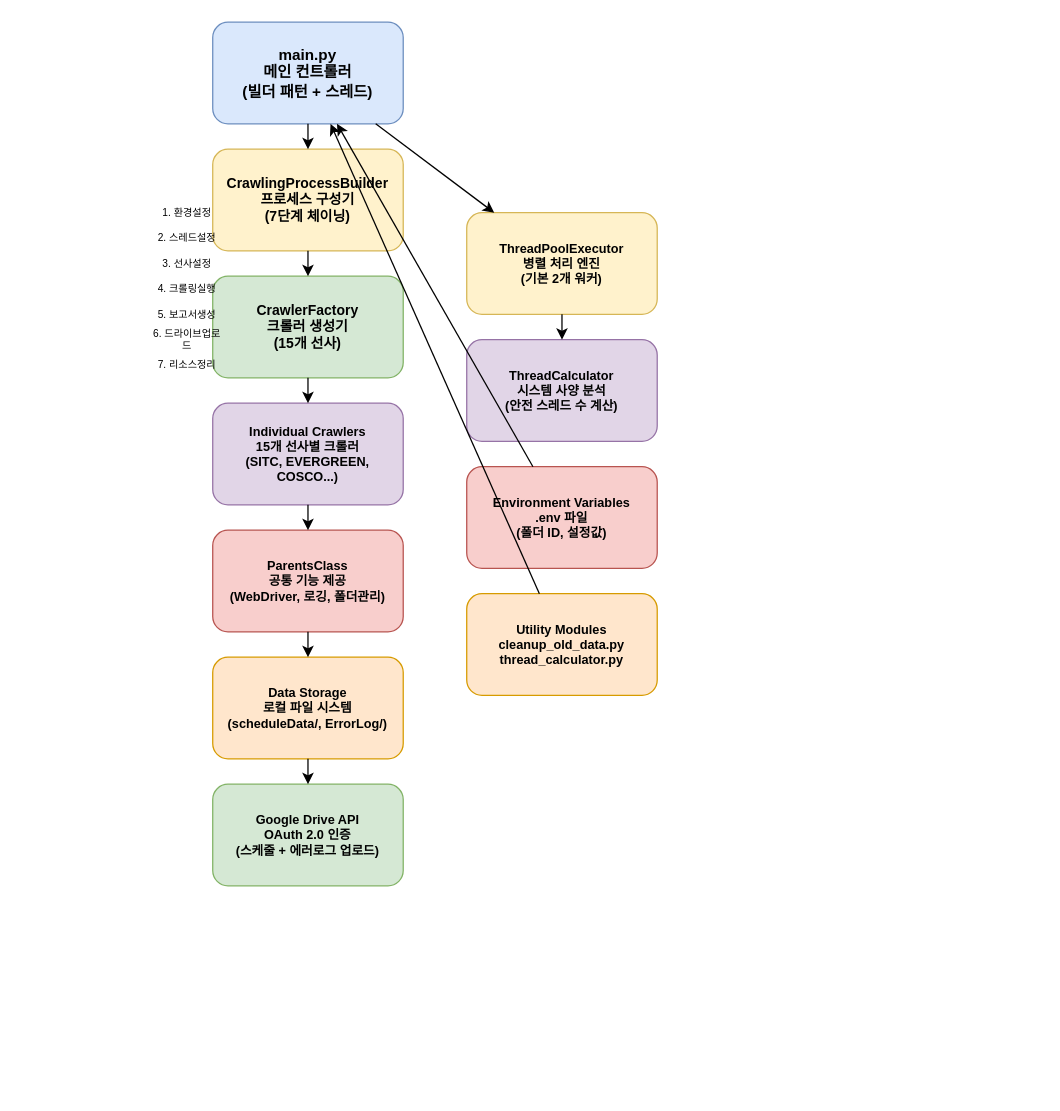
The draw.io diagram totalSystem.drawio in Binkoon/RPA_Crawling, before the edit. Source tidied: cells renumbered, new cells numbered last; positions are measured from the earlier drawing's top-left corner, leaving out a move shared by most shapes. Both pictures are drawn from the tidied source at 127%, with x=0, y=0 at pixel (149, 22).
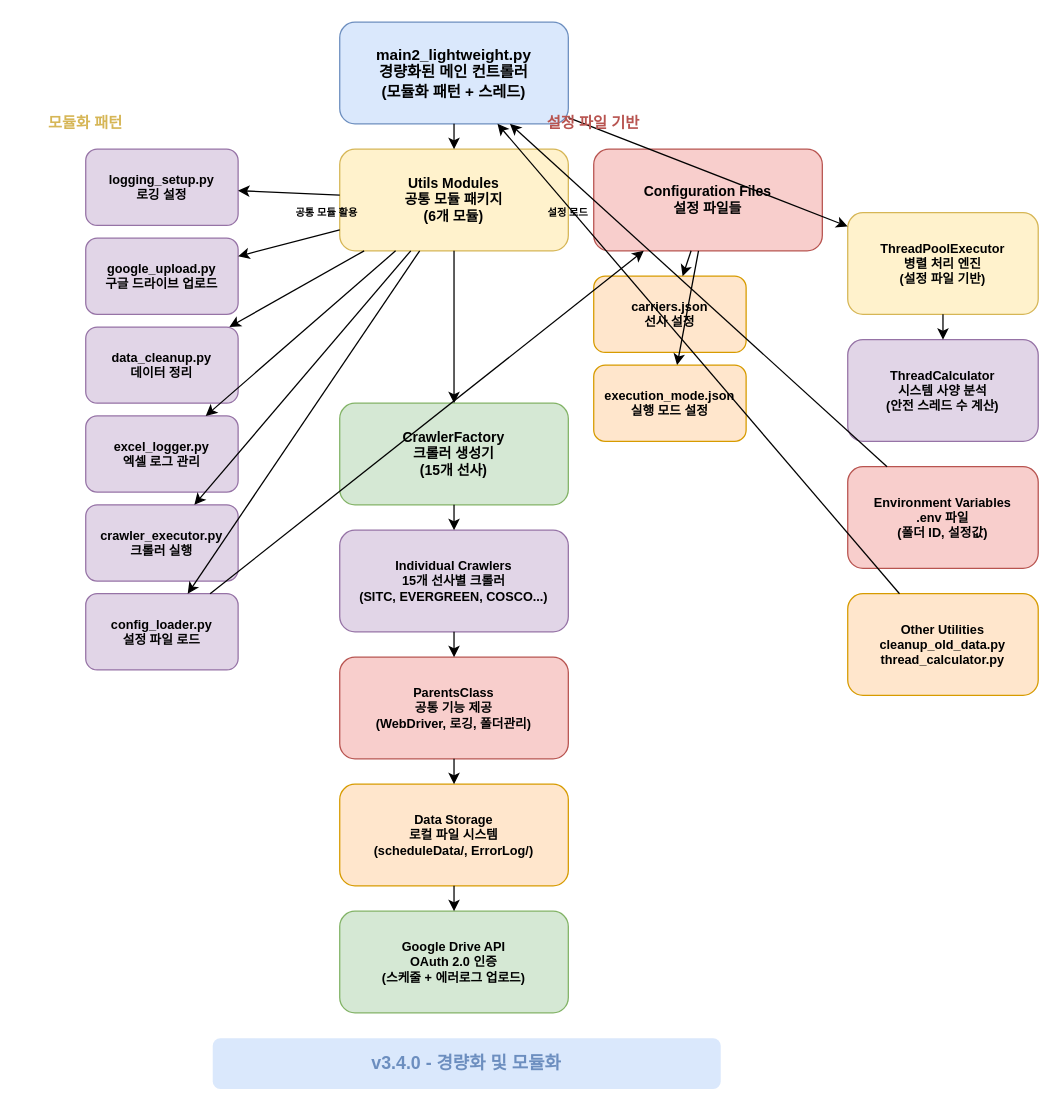
After the change.

Diff of the diagram source:
```diff
@@
-    <mxCell id="2" value="main.py&#10;메인 컨트롤러&#10;(빌더 패턴 + 스레드)" style="rounded=1;whiteSpace=wrap;html=1;fillColor=#dae8fc;strokeColor=#6c8ebf;fontSize=12;fontStyle=1;" parent="1" vertex="1">
-      <mxGeometry x="50" width="150" height="80" as="geometry" />
+    <mxCell id="2" value="main2_lightweight.py&#10;경량화된 메인 컨트롤러&#10;(모듈화 패턴 + 스레드)" style="rounded=1;whiteSpace=wrap;html=1;fillColor=#dae8fc;strokeColor=#6c8ebf;fontSize=12;fontStyle=1;" parent="1" vertex="1">
+      <mxGeometry x="150" width="180" height="80" as="geometry" />
     </mxCell>
-    <mxCell id="3" value="CrawlingProcessBuilder&#10;프로세스 구성기&#10;(7단계 체이닝)" style="rounded=1;whiteSpace=wrap;html=1;fillColor=#fff2cc;strokeColor=#d6b656;fontSize=11;fontStyle=1;" parent="1" vertex="1">
-      <mxGeometry x="50" y="100" width="150" height="80" as="geometry" />
-    </mxCell>
+    <mxCell id="12" value="Utils Modules&#10;공통 모듈 패키지&#10;(6개 모듈)" style="rounded=1;whiteSpace=wrap;html=1;fillColor=#fff2cc;strokeColor=#d6b656;fontSize=11;fontStyle=1;" parent="1" vertex="1">
+      <mxGeometry x="150" y="100" width="180" height="80" as="geometry" />
+    </mxCell>
+    <mxCell id="30" value="logging_setup.py&#10;로깅 설정" style="rounded=1;whiteSpace=wrap;html=1;fillColor=#e1d5e7;strokeColor=#9673a6;fontSize=10;fontStyle=1;" parent="1" vertex="1">
+      <mxGeometry x="-50" y="100" width="120" height="60" as="geometry" />
+    </mxCell>
+    <mxCell id="31" value="google_upload.py&#10;구글 드라이브 업로드" style="rounded=1;whiteSpace=wrap;html=1;fillColor=#e1d5e7;strokeColor=#9673a6;fontSize=10;fontStyle=1;" parent="1" vertex="1">
+      <mxGeometry x="-50" y="170" width="120" height="60" as="geometry" />
+    </mxCell>
+    <mxCell id="32" value="data_cleanup.py&#10;데이터 정리" style="rounded=1;whiteSpace=wrap;html=1;fillColor=#e1d5e7;strokeColor=#9673a6;fontSize=10;fontStyle=1;" parent="1" vertex="1">
+      <mxGeometry x="-50" y="240" width="120" height="60" as="geometry" />
+    </mxCell>
+    <mxCell id="33" value="excel_logger.py&#10;엑셀 로그 관리" style="rounded=1;whiteSpace=wrap;html=1;fillColor=#e1d5e7;strokeColor=#9673a6;fontSize=10;fontStyle=1;" parent="1" vertex="1">
+      <mxGeometry x="-50" y="310" width="120" height="60" as="geometry" />
+    </mxCell>
+    <mxCell id="34" value="crawler_executor.py&#10;크롤러 실행" style="rounded=1;whiteSpace=wrap;html=1;fillColor=#e1d5e7;strokeColor=#9673a6;fontSize=10;fontStyle=1;" parent="1" vertex="1">
+      <mxGeometry x="-50" y="380" width="120" height="60" as="geometry" />
+    </mxCell>
+    <mxCell id="35" value="config_loader.py&#10;설정 파일 로드" style="rounded=1;whiteSpace=wrap;html=1;fillColor=#e1d5e7;strokeColor=#9673a6;fontSize=10;fontStyle=1;" parent="1" vertex="1">
+      <mxGeometry x="-50" y="450" width="120" height="60" as="geometry" />
+    </mxCell>
+    <mxCell id="36" value="Configuration Files&#10;설정 파일들" style="rounded=1;whiteSpace=wrap;html=1;fillColor=#f8cecc;strokeColor=#b85450;fontSize=11;fontStyle=1;" parent="1" vertex="1">
+      <mxGeometry x="350" y="100" width="180" height="80" as="geometry" />
+    </mxCell>
+    <mxCell id="37" value="carriers.json&#10;선사 설정" style="rounded=1;whiteSpace=wrap;html=1;fillColor=#ffe6cc;strokeColor=#d79b00;fontSize=10;fontStyle=1;" parent="1" vertex="1">
+      <mxGeometry x="350" y="200" width="120" height="60" as="geometry" />
+    </mxCell>
+    <mxCell id="38" value="execution_mode.json&#10;실행 모드 설정" style="rounded=1;whiteSpace=wrap;html=1;fillColor=#ffe6cc;strokeColor=#d79b00;fontSize=10;fontStyle=1;" parent="1" vertex="1">
+      <mxGeometry x="350" y="270" width="120" height="60" as="geometry" />
+    </mxCell>
     <mxCell id="4" value="CrawlerFactory&#10;크롤러 생성기&#10;(15개 선사)" style="rounded=1;whiteSpace=wrap;html=1;fillColor=#d5e8d4;strokeColor=#82b366;fontSize=11;fontStyle=1;" parent="1" vertex="1">
-      <mxGeometry x="50" y="200" width="150" height="80" as="geometry" />
+      <mxGeometry x="150" y="300" width="180" height="80" as="geometry" />
     </mxCell>
     <mxCell id="5" value="Individual Crawlers&#10;15개 선사별 크롤러&#10;(SITC, EVERGREEN, COSCO...)" style="rounded=1;whiteSpace=wrap;html=1;fillColor=#e1d5e7;strokeColor=#9673a6;fontSize=10;fontStyle=1;" parent="1" vertex="1">
-      <mxGeometry x="50" y="300" width="150" height="80" as="geometry" />
+      <mxGeometry x="150" y="400" width="180" height="80" as="geometry" />
     </mxCell>
     <mxCell id="6" value="ParentsClass&#10;공통 기능 제공&#10;(WebDriver, 로깅, 폴더관리)" style="rounded=1;whiteSpace=wrap;html=1;fillColor=#f8cecc;strokeColor=#b85450;fontSize=10;fontStyle=1;" parent="1" vertex="1">
-      <mxGeometry x="50" y="400" width="150" height="80" as="geometry" />
+      <mxGeometry x="150" y="500" width="180" height="80" as="geometry" />
     </mxCell>
     <mxCell id="7" value="Data Storage&#10;로컬 파일 시스템&#10;(scheduleData/, ErrorLog/)" style="rounded=1;whiteSpace=wrap;html=1;fillColor=#ffe6cc;strokeColor=#d79b00;fontSize=10;fontStyle=1;" parent="1" vertex="1">
-      <mxGeometry x="50" y="500" width="150" height="80" as="geometry" />
+      <mxGeometry x="150" y="600" width="180" height="80" as="geometry" />
     </mxCell>
     <mxCell id="8" value="Google Drive API&#10;OAuth 2.0 인증&#10;(스케줄 + 에러로그 업로드)" style="rounded=1;whiteSpace=wrap;html=1;fillColor=#d5e8d4;strokeColor=#82b366;fontSize=10;fontStyle=1;" parent="1" vertex="1">
-      <mxGeometry x="50" y="600" width="150" height="80" as="geometry" />
+      <mxGeometry x="150" y="700" width="180" height="80" as="geometry" />
     </mxCell>
-    <mxCell id="9" value="ThreadPoolExecutor&#10;병렬 처리 엔진&#10;(기본 2개 워커)" style="rounded=1;whiteSpace=wrap;html=1;fillColor=#fff2cc;strokeColor=#d6b656;fontSize=10;fontStyle=1;" parent="1" vertex="1">
-      <mxGeometry x="250" y="150" width="150" height="80" as="geometry" />
+    <mxCell id="9" value="ThreadPoolExecutor&#10;병렬 처리 엔진&#10;(설정 파일 기반)" style="rounded=1;whiteSpace=wrap;html=1;fillColor=#fff2cc;strokeColor=#d6b656;fontSize=10;fontStyle=1;" parent="1" vertex="1">
+      <mxGeometry x="550" y="150" width="150" height="80" as="geometry" />
     </mxCell>
     <mxCell id="10" value="ThreadCalculator&#10;시스템 사양 분석&#10;(안전 스레드 수 계산)" style="rounded=1;whiteSpace=wrap;html=1;fillColor=#e1d5e7;strokeColor=#9673a6;fontSize=10;fontStyle=1;" parent="1" vertex="1">
-      <mxGeometry x="250" y="250" width="150" height="80" as="geometry" />
+      <mxGeometry x="550" y="250" width="150" height="80" as="geometry" />
     </mxCell>
     <mxCell id="11" value="Environment Variables&#10;.env 파일&#10;(폴더 ID, 설정값)" style="rounded=1;whiteSpace=wrap;html=1;fillColor=#f8cecc;strokeColor=#b85450;fontSize=10;fontStyle=1;" parent="1" vertex="1">
-      <mxGeometry x="250" y="350" width="150" height="80" as="geometry" />
+      <mxGeometry x="550" y="350" width="150" height="80" as="geometry" />
     </mxCell>
-    <mxCell id="12" value="Utility Modules&#10;cleanup_old_data.py&#10;thread_calculator.py" style="rounded=1;whiteSpace=wrap;html=1;fillColor=#ffe6cc;strokeColor=#d79b00;fontSize=10;fontStyle=1;" parent="1" vertex="1">
-      <mxGeometry x="250" y="450" width="150" height="80" as="geometry" />
-    </mxCell>
+    <mxCell id="39" value="Other Utilities&#10;cleanup_old_data.py&#10;thread_calculator.py" style="rounded=1;whiteSpace=wrap;html=1;fillColor=#ffe6cc;strokeColor=#d79b00;fontSize=10;fontStyle=1;" parent="1" vertex="1">
+      <mxGeometry x="550" y="450" width="150" height="80" as="geometry" />
+    </mxCell>
-    <mxCell id="13" parent="1" edge="1" source="2" target="3">
+    <mxCell id="13" parent="1" edge="1" source="2" target="12">
       <mxGeometry relative="1" as="geometry" />
     </mxCell>
-    <mxCell id="14" parent="1" edge="1" source="3" target="4">
+    <mxCell id="14" parent="1" edge="1" source="12" target="4">
       <mxGeometry relative="1" as="geometry" />
     </mxCell>
@@
-    <mxCell id="19" parent="1" edge="1" source="2" target="9">
+    <mxCell id="19" parent="1" edge="1" source="12" target="30">
       <mxGeometry relative="1" as="geometry" />
     </mxCell>
-    <mxCell id="20" parent="1" edge="1" source="9" target="10">
+    <mxCell id="20" parent="1" edge="1" source="12" target="31">
       <mxGeometry relative="1" as="geometry" />
     </mxCell>
-    <mxCell id="21" parent="1" edge="1" source="11" target="2">
+    <mxCell id="21" parent="1" edge="1" source="12" target="32">
       <mxGeometry relative="1" as="geometry" />
     </mxCell>
-    <mxCell id="22" parent="1" edge="1" source="12" target="2">
+    <mxCell id="22" parent="1" edge="1" source="12" target="33">
       <mxGeometry relative="1" as="geometry" />
     </mxCell>
+    <mxCell id="40" parent="1" edge="1" source="12" target="34">
+      <mxGeometry relative="1" as="geometry" />
+    </mxCell>
+    <mxCell id="41" parent="1" edge="1" source="12" target="35">
+      <mxGeometry relative="1" as="geometry" />
+    </mxCell>
+    <mxCell id="42" parent="1" edge="1" source="35" target="36">
+      <mxGeometry relative="1" as="geometry" />
+    </mxCell>
+    <mxCell id="43" parent="1" edge="1" source="36" target="37">
+      <mxGeometry relative="1" as="geometry" />
+    </mxCell>
+    <mxCell id="44" parent="1" edge="1" source="36" target="38">
+      <mxGeometry relative="1" as="geometry" />
+    </mxCell>
+    <mxCell id="45" parent="1" edge="1" source="2" target="9">
+      <mxGeometry relative="1" as="geometry" />
+    </mxCell>
+    <mxCell id="46" parent="1" edge="1" source="9" target="10">
+      <mxGeometry relative="1" as="geometry" />
+    </mxCell>
+    <mxCell id="47" parent="1" edge="1" source="11" target="2">
+      <mxGeometry relative="1" as="geometry" />
+    </mxCell>
+    <mxCell id="48" parent="1" edge="1" source="39" target="2">
+      <mxGeometry relative="1" as="geometry" />
+    </mxCell>
-    <mxCell id="23" value="1. 환경설정" style="text;html=1;strokeColor=none;fillColor=none;align=center;verticalAlign=middle;whiteSpace=wrap;rounded=0;fontSize=8;" parent="1" vertex="1">
-      <mxGeometry y="140" width="60" height="20" as="geometry" />
+    <mxCell id="23" value="모듈화 패턴" style="text;html=1;strokeColor=none;fillColor=none;align=center;verticalAlign=middle;whiteSpace=wrap;rounded=0;fontSize=12;fontStyle=1;fontColor=#d6b656;" parent="1" vertex="1">
+      <mxGeometry x="-100" y="70" width="100" height="20" as="geometry" />
     </mxCell>
-    <mxCell id="24" value="2. 스레드설정" style="text;html=1;strokeColor=none;fillColor=none;align=center;verticalAlign=middle;whiteSpace=wrap;rounded=0;fontSize=8;" parent="1" vertex="1">
-      <mxGeometry y="160" width="60" height="20" as="geometry" />
+    <mxCell id="24" value="설정 파일 기반" style="text;html=1;strokeColor=none;fillColor=none;align=center;verticalAlign=middle;whiteSpace=wrap;rounded=0;fontSize=12;fontStyle=1;fontColor=#b85450;" parent="1" vertex="1">
+      <mxGeometry x="300" y="70" width="100" height="20" as="geometry" />
     </mxCell>
-    <mxCell id="25" value="3. 선사설정" style="text;html=1;strokeColor=none;fillColor=none;align=center;verticalAlign=middle;whiteSpace=wrap;rounded=0;fontSize=8;" parent="1" vertex="1">
-      <mxGeometry y="180" width="60" height="20" as="geometry" />
+    <mxCell id="25" value="공통 모듈 활용" style="text;html=1;strokeColor=none;fillColor=none;align=center;verticalAlign=middle;whiteSpace=wrap;rounded=0;fontSize=8;fontStyle=1;" parent="1" vertex="1">
+      <mxGeometry x="100" y="140" width="80" height="20" as="geometry" />
     </mxCell>
-    <mxCell id="26" value="4. 크롤링실행" style="text;html=1;strokeColor=none;fillColor=none;align=center;verticalAlign=middle;whiteSpace=wrap;rounded=0;fontSize=8;" parent="1" vertex="1">
-      <mxGeometry y="200" width="60" height="20" as="geometry" />
+    <mxCell id="26" value="설정 로드" style="text;html=1;strokeColor=none;fillColor=none;align=center;verticalAlign=middle;whiteSpace=wrap;rounded=0;fontSize=8;fontStyle=1;" parent="1" vertex="1">
+      <mxGeometry x="300" y="140" width="60" height="20" as="geometry" />
     </mxCell>
-    <mxCell id="27" value="5. 보고서생성" style="text;html=1;strokeColor=none;fillColor=none;align=center;verticalAlign=middle;whiteSpace=wrap;rounded=0;fontSize=8;" parent="1" vertex="1">
-      <mxGeometry y="220" width="60" height="20" as="geometry" />
-    </mxCell>
-    <mxCell id="28" value="6. 드라이브업로드" style="text;html=1;strokeColor=none;fillColor=none;align=center;verticalAlign=middle;whiteSpace=wrap;rounded=0;fontSize=8;" parent="1" vertex="1">
-      <mxGeometry y="240" width="60" height="20" as="geometry" />
-    </mxCell>
-    <mxCell id="29" value="7. 리소스정리" style="text;html=1;strokeColor=none;fillColor=none;align=center;verticalAlign=middle;whiteSpace=wrap;rounded=0;fontSize=8;" parent="1" vertex="1">
-      <mxGeometry y="260" width="60" height="20" as="geometry" />
-    </mxCell>
+    <mxCell id="49" value="v3.4.0 - 경량화 및 모듈화" style="text;html=1;strokeColor=none;fillColor=#dae8fc;align=center;verticalAlign=middle;whiteSpace=wrap;rounded=1;fontSize=14;fontStyle=1;fontColor=#6c8ebf;" parent="1" vertex="1">
+      <mxGeometry x="50" y="800" width="400" height="40" as="geometry" />
+    </mxCell>
```
